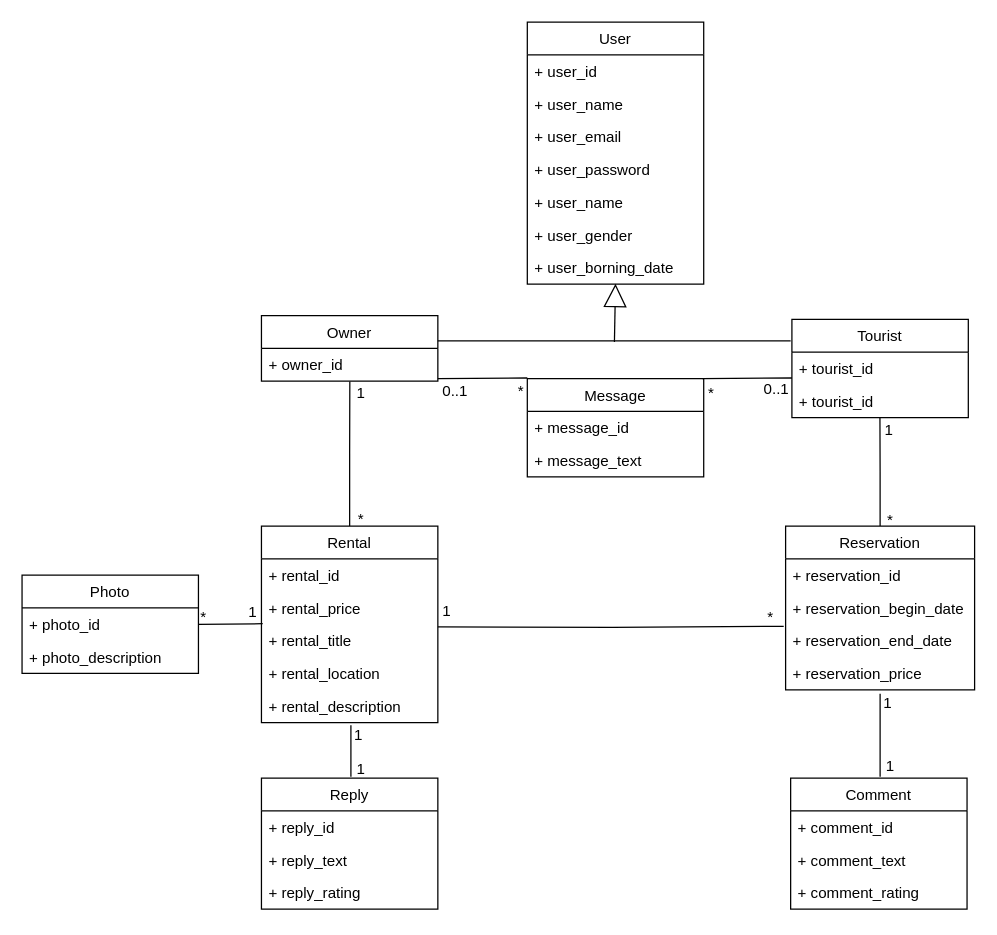
jbrandao99/LTW keeps this draw.io diagram as Projeto/UML/UML.drawio. Above is the earlier version. Source tidied: cells renumbered, new cells numbered last; positions are measured from the earlier drawing's top-left corner, leaving out a move shared by most shapes. Both pictures are drawn from the tidied source at 126%, with x=0, y=0 at pixel (21, 21).
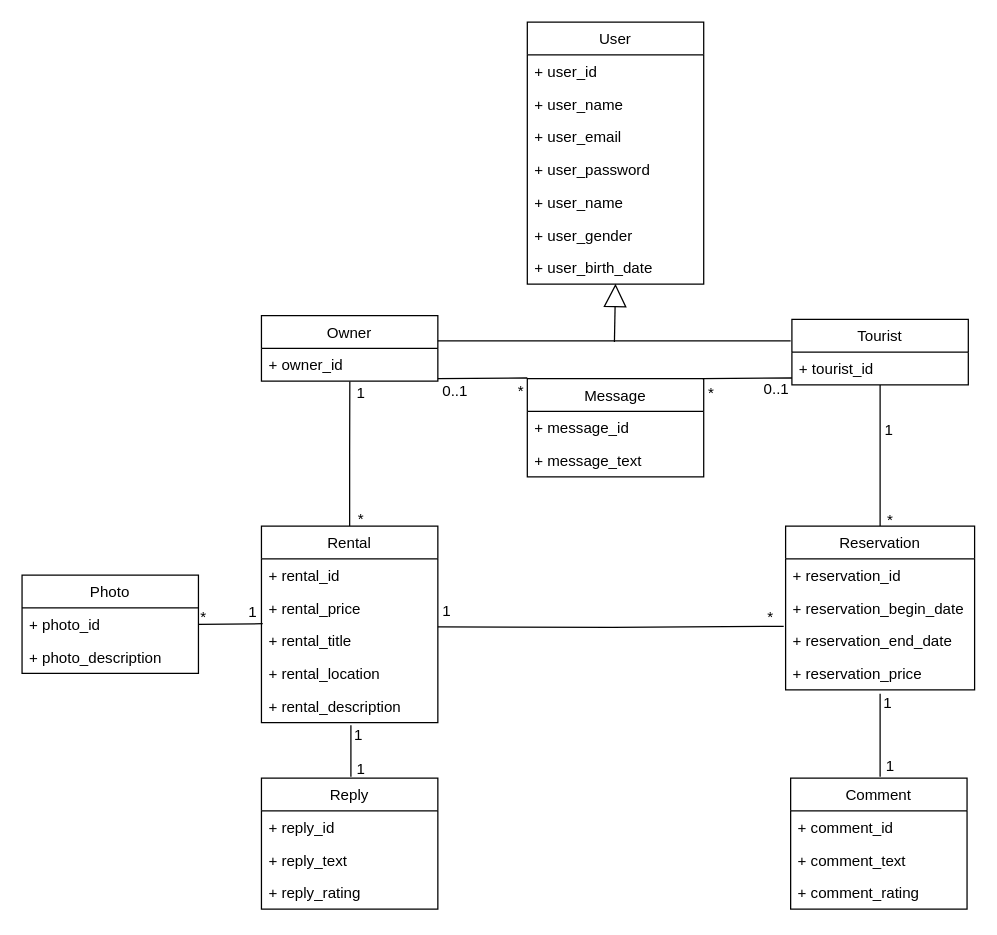
After the change.

Unchanged cells that the change refers to:
```xml
<mxCell id="2" value="User" style="swimlane;fontStyle=0;horizontal=1;startSize=26;fillColor=none;" parent="1" vertex="1">
  <mxGeometry x="401" width="140" height="208" as="geometry" />
</mxCell>
<mxCell id="23" value="Reservation" style="swimlane;fontStyle=0;horizontal=1;startSize=26;fillColor=none;" parent="1" vertex="1">
  <mxGeometry x="606" y="400" width="150" height="130" as="geometry" />
</mxCell>
```

What changed in the source:
```diff
@@
-    <mxCell id="9" value="+ user_borning_date" style="text;strokeColor=none;fillColor=none;align=left;verticalAlign=top;spacingLeft=4;spacingRight=4;overflow=hidden;points=[[0,0.5],[1,0.5]];portConstraint=eastwest;" parent="2" vertex="1">
+    <mxCell id="9" value="+ user_birth_date" style="text;strokeColor=none;fillColor=none;align=left;verticalAlign=top;spacingLeft=4;spacingRight=4;overflow=hidden;points=[[0,0.5],[1,0.5]];portConstraint=eastwest;" parent="2" vertex="1">
       <mxGeometry y="182" width="140" height="26" as="geometry" />
     </mxCell>
@@
     <mxCell id="19" value="Tourist" style="swimlane;fontStyle=0;horizontal=1;startSize=26;fillColor=none;" parent="1" vertex="1">
-      <mxGeometry x="611" y="236" width="140" height="78" as="geometry" />
+      <mxGeometry x="611" y="236" width="140" height="52" as="geometry" />
     </mxCell>
@@
-    <mxCell id="21" value="+ tourist_id" style="text;strokeColor=none;fillColor=none;align=left;verticalAlign=top;spacingLeft=4;spacingRight=4;overflow=hidden;points=[[0,0.5],[1,0.5]];portConstraint=eastwest;" parent="19" vertex="1">
-      <mxGeometry y="52" width="140" height="26" as="geometry" />
-    </mxCell>
-    <mxCell id="22" style="edgeStyle=orthogonalEdgeStyle;rounded=0;jettySize=auto;html=1;exitX=0.5;exitY=0;exitDx=0;exitDy=0;entryX=0.499;entryY=0.977;entryDx=0;entryDy=0;entryPerimeter=0;endArrow=none;endFill=0;" parent="1" edge="1" source="23" target="21">
+    <mxCell id="22" style="edgeStyle=orthogonalEdgeStyle;rounded=0;jettySize=auto;html=1;exitX=0.5;exitY=0;exitDx=0;exitDy=0;entryX=0.5;entryY=1;entryDx=0;entryDy=0;endArrow=none;endFill=0;" parent="1" edge="1" source="23" target="19">
       <mxGeometry relative="1" as="geometry" />
     </mxCell>
```
